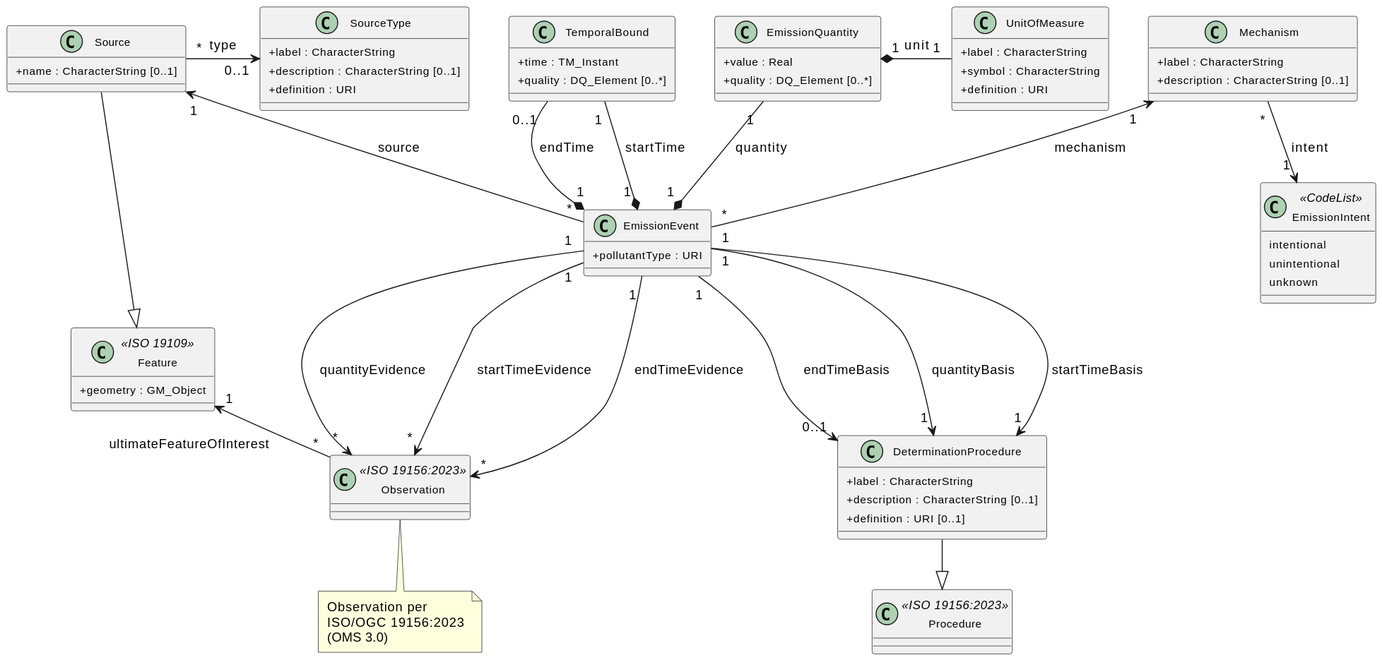
This is images/core-emissionml-class.svg from opengeospatial/EmissionML, a PlantUML export, as it was before one commit.
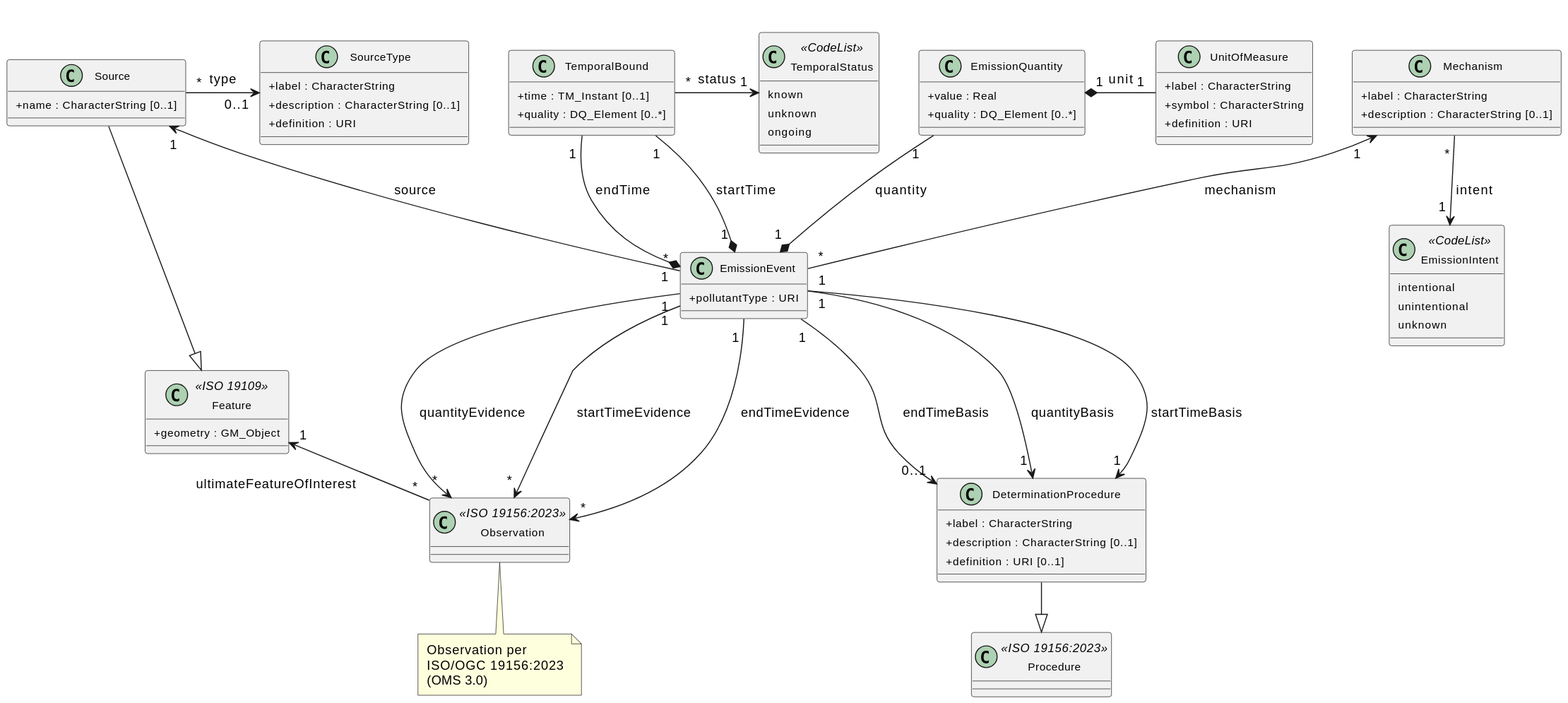
Later version of the same file.

Commit message:
Sync PlantUML diagram with TemporalStatus model changes

Change to the diagram source:
```diff
@@ -18,8 +18,14 @@
 }
 
 class TemporalBound {
-  +time : TM_Instant
+  +time : TM_Instant [0..1]
   +quality : DQ_Element [0..*]
+}
+
+class TemporalStatus <<CodeList>> {
+  known
+  unknown
+  ongoing
 }
 
 class EmissionQuantity {
@@ -85,7 +91,7 @@
 Mechanism -[hidden]down- EmissionIntent
 
 EmissionEvent "1" *-up- "1" TemporalBound : startTime
-EmissionEvent "1" *-up- "0..1" TemporalBound : endTime
+EmissionEvent "1" *-up- "1" TemporalBound : endTime
 
 EmissionEvent "1" *-up- "1" EmissionQuantity : quantity
 EmissionQuantity "1" *-down- "1" UnitOfMeasure : unit
@@ -106,4 +112,5 @@
 
 Source "*" -right-> "0..1" SourceType : type
 Mechanism "*" -down-> "1" EmissionIntent : intent
+TemporalBound "*" -right-> "1" TemporalStatus : status
 @enduml
```
